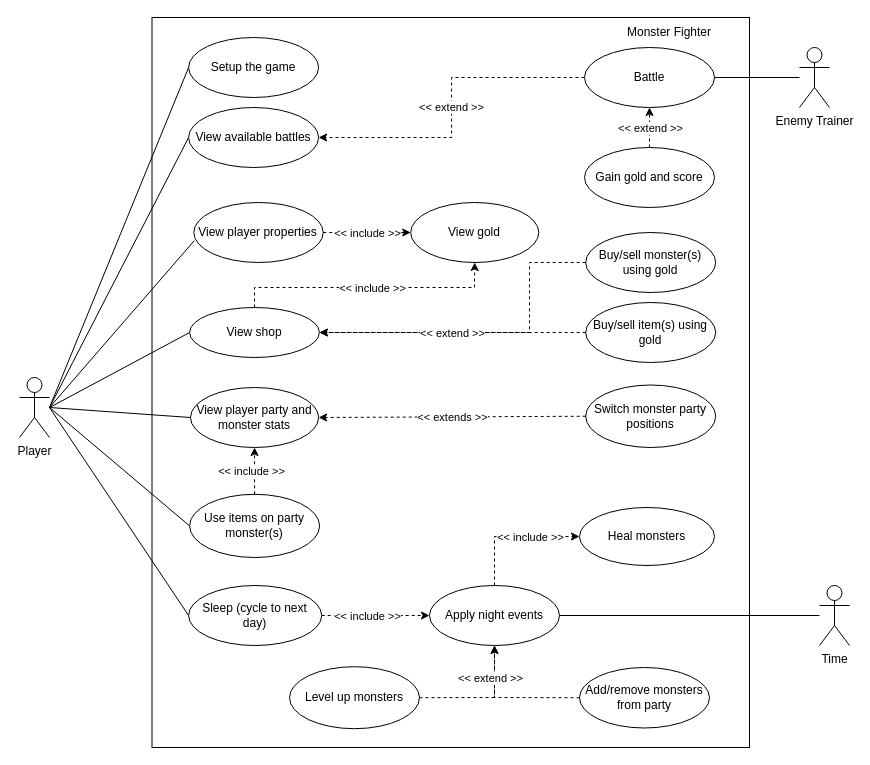
Before: diagram/use-case.drawio in UC-SENG201-Group-40/MonsterFighter, a draw.io diagram. Source tidied: cells renumbered, new cells numbered last; positions are measured from the earlier drawing's top-left corner, leaving out a move shared by most shapes. Both pictures are drawn from the tidied source at 100%, with x=0, y=0 at pixel (19, 17).
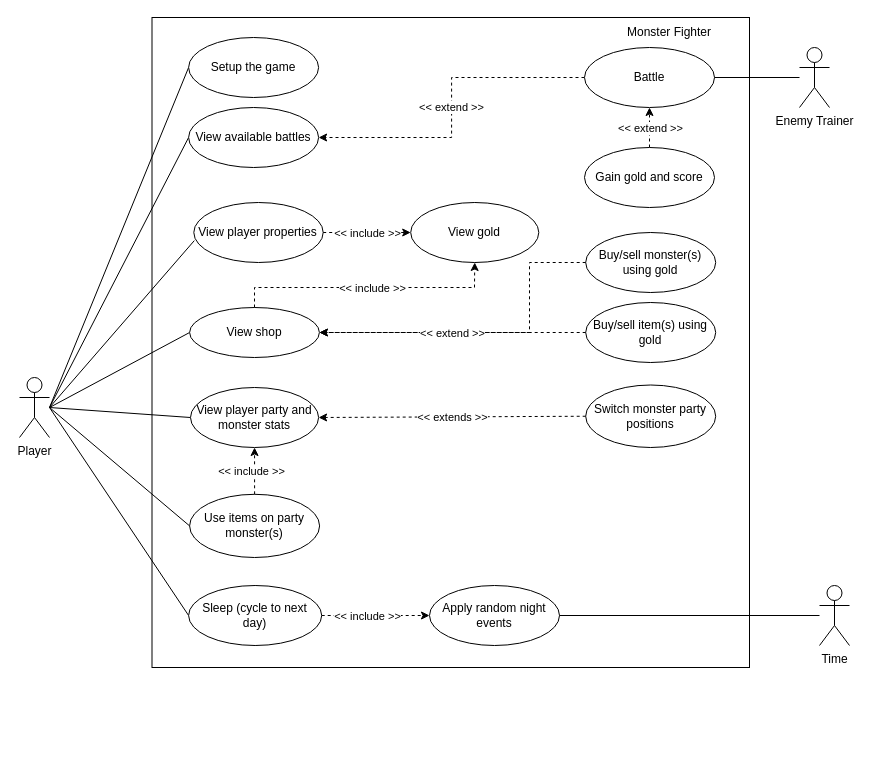
The same page after the edit.

The edit, as a diff of the source:
```diff
@@
     <mxCell id="2" style="rounded=0;whiteSpace=wrap;html=1;" parent="1" vertex="1">
-      <mxGeometry x="132.5" width="597.5" height="730" as="geometry" />
+      <mxGeometry x="132.5" width="597.5" height="650" as="geometry" />
     </mxCell>
@@
-    <mxCell id="17" value="Apply night events" style="ellipse;whiteSpace=wrap;html=1;" parent="1" vertex="1">
+    <mxCell id="17" value="Apply random night events" style="ellipse;whiteSpace=wrap;html=1;" parent="1" vertex="1">
       <mxGeometry x="410" y="568" width="130" height="60" as="geometry" />
     </mxCell>
@@
-    <mxCell id="44" value="Add/remove monsters from party" style="ellipse;whiteSpace=wrap;html=1;" parent="1" vertex="1">
-      <mxGeometry x="560" y="650" width="130" height="60.5" as="geometry" />
-    </mxCell>
@@
-    <mxCell id="47" value="Heal monsters" style="ellipse;whiteSpace=wrap;html=1;" parent="1" vertex="1">
-      <mxGeometry x="560" y="490" width="135" height="58" as="geometry" />
-    </mxCell>
-    <mxCell id="48" value="Level up monsters" style="ellipse;whiteSpace=wrap;html=1;" parent="1" vertex="1">
-      <mxGeometry x="270" y="649.2" width="130" height="62" as="geometry" />
-    </mxCell>
-    <mxCell id="49" style="endArrow=classic;html=1;rounded=0;dashed=1;strokeWidth=1;jumpSize=6;entryX=0;entryY=0.5;entryDx=0;entryDy=0;exitX=0.5;exitY=0;exitDx=0;exitDy=0;" parent="1" edge="1" source="17" target="47">
-      <mxGeometry relative="1" as="geometry">
-        <Array as="points">
-          <mxPoint x="475" y="519" />
-        </Array>
-      </mxGeometry>
-    </mxCell>
-    <mxCell id="50" value="&amp;lt;&amp;lt; include &amp;gt;&amp;gt;" style="edgeLabel;html=1;align=center;verticalAlign=middle;" parent="49" vertex="1">
-      <mxGeometry relative="1" as="geometry">
-        <mxPoint x="17" as="offset" />
-      </mxGeometry>
-    </mxCell>
-    <mxCell id="51" style="endArrow=classic;html=1;rounded=0;dashed=1;strokeWidth=1;jumpSize=6;entryX=0.5;entryY=1;entryDx=0;entryDy=0;exitX=1;exitY=0.5;exitDx=0;exitDy=0;" parent="1" edge="1" source="48" target="17">
-      <mxGeometry relative="1" as="geometry">
-        <Array as="points">
-          <mxPoint x="475" y="680" />
-        </Array>
-      </mxGeometry>
-    </mxCell>
-    <mxCell id="52" style="endArrow=classic;html=1;rounded=0;dashed=1;strokeWidth=1;jumpSize=6;entryX=0.5;entryY=1;entryDx=0;entryDy=0;exitX=0;exitY=0.5;exitDx=0;exitDy=0;" parent="1" edge="1" source="44" target="17">
-      <mxGeometry relative="1" as="geometry">
-        <Array as="points">
-          <mxPoint x="475" y="680" />
-        </Array>
-      </mxGeometry>
-    </mxCell>
-    <mxCell id="53" value="&amp;lt;&amp;lt; extend &amp;gt;&amp;gt;" style="edgeLabel;html=1;align=center;verticalAlign=middle;" parent="52" vertex="1">
-      <mxGeometry relative="1" as="geometry">
-        <mxPoint x="-21" y="-20" as="offset" />
-      </mxGeometry>
-    </mxCell>
```
